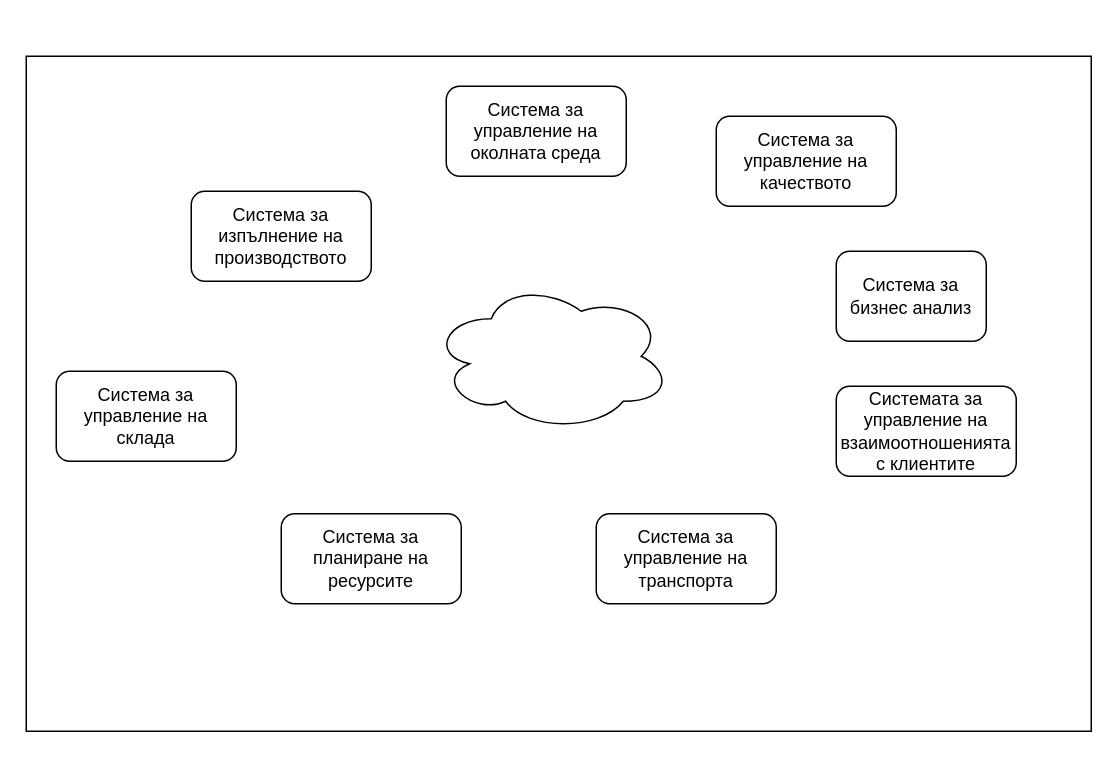
This is Chapter1/PersoSystDiagram.drawio from profjordanov/phd, a draw.io file, before an edit. Source tidied: cells renumbered, new cells numbered last; positions are measured from the earlier drawing's top-left corner, leaving out a move shared by most shapes. Both pictures are drawn from the tidied source at 150%, with x=0, y=0 at pixel (26, 56).
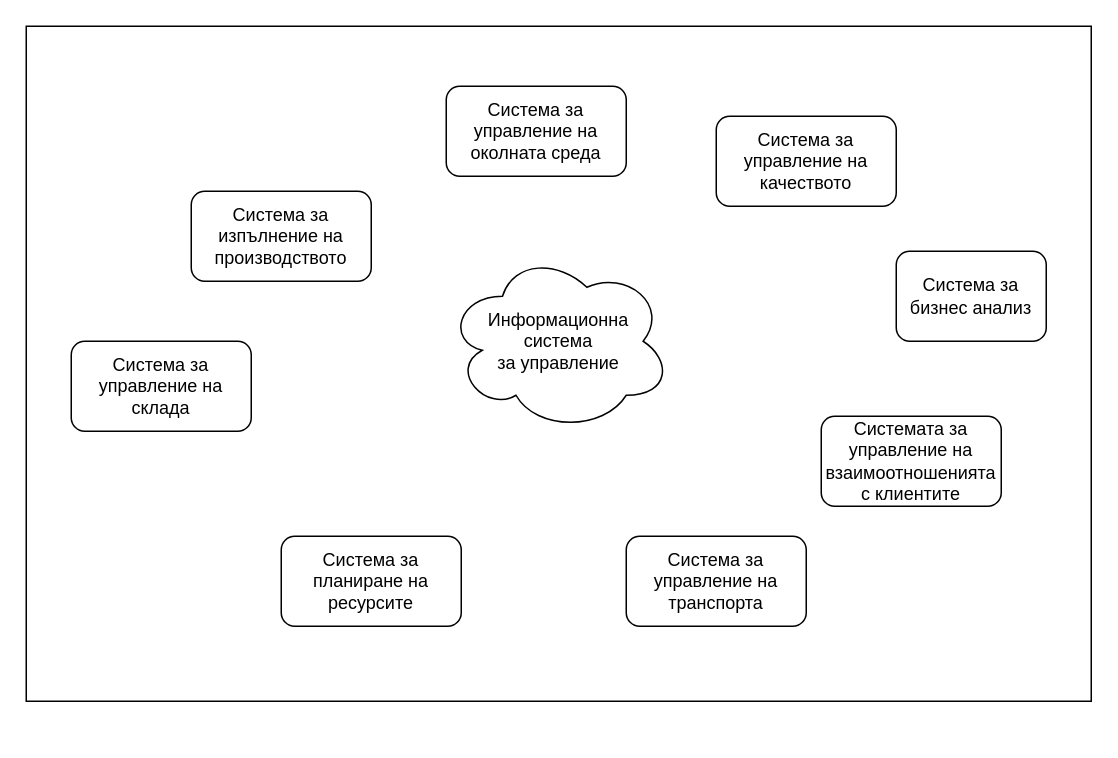
After the change.

The edit, as a diff of the source:
```diff
@@
 <mxGraphModel>
   <root>
     <mxCell id="0" />
     <mxCell id="1" parent="0" />
     <mxCell id="2" style="rounded=0;whiteSpace=wrap;html=1;" parent="1" vertex="1">
-      <mxGeometry width="710" height="450" as="geometry" />
+      <mxGeometry y="-20" width="710" height="450" as="geometry" />
     </mxCell>
-    <mxCell id="3" style="ellipse;shape=cloud;whiteSpace=wrap;html=1;" parent="1" vertex="1">
-      <mxGeometry x="270" y="150" width="160" height="100" as="geometry" />
+    <mxCell id="3" value="Информационна &lt;br&gt;система&lt;br&gt;за управление" style="ellipse;shape=cloud;whiteSpace=wrap;html=1;" parent="1" vertex="1">
+      <mxGeometry x="280" y="130" width="150" height="120" as="geometry" />
     </mxCell>
     <mxCell id="4" value="Система за планиране на ресурсите" style="rounded=1;whiteSpace=wrap;html=1;" parent="1" vertex="1">
-      <mxGeometry x="170" y="305" width="120" height="60" as="geometry" />
+      <mxGeometry x="170" y="320" width="120" height="60" as="geometry" />
     </mxCell>
     <mxCell id="5" value="Система за управление на транспорта" style="rounded=1;whiteSpace=wrap;html=1;" parent="1" vertex="1">
-      <mxGeometry x="380" y="305" width="120" height="60" as="geometry" />
+      <mxGeometry x="400" y="320" width="120" height="60" as="geometry" />
     </mxCell>
     <mxCell id="6" value="Системата за управление на взаимоотношенията с клиентите" style="rounded=1;whiteSpace=wrap;html=1;" parent="1" vertex="1">
-      <mxGeometry x="540" y="220" width="120" height="60" as="geometry" />
+      <mxGeometry x="530" y="240" width="120" height="60" as="geometry" />
     </mxCell>
     <mxCell id="7" value="Система за управление на складa" style="rounded=1;whiteSpace=wrap;html=1;" parent="1" vertex="1">
-      <mxGeometry x="20" y="210" width="120" height="60" as="geometry" />
+      <mxGeometry x="30" y="190" width="120" height="60" as="geometry" />
     </mxCell>
     <mxCell id="8" value="Системa за изпълнение на производството" style="rounded=1;whiteSpace=wrap;html=1;" parent="1" vertex="1">
       <mxGeometry x="110" y="90" width="120" height="60" as="geometry" />
     </mxCell>
     <mxCell id="9" value="Система за управление на околната среда" style="rounded=1;whiteSpace=wrap;html=1;" parent="1" vertex="1">
       <mxGeometry x="280" y="20" width="120" height="60" as="geometry" />
     </mxCell>
     <mxCell id="10" value="Система за управление на качеството" style="rounded=1;whiteSpace=wrap;html=1;" parent="1" vertex="1">
       <mxGeometry x="460" y="40" width="120" height="60" as="geometry" />
     </mxCell>
     <mxCell id="11" value="Система за бизнес анализ" style="rounded=1;whiteSpace=wrap;html=1;" parent="1" vertex="1">
-      <mxGeometry x="540" y="130" width="100" height="60" as="geometry" />
+      <mxGeometry x="580" y="130" width="100" height="60" as="geometry" />
     </mxCell>
   </root>
 </mxGraphModel>
```
